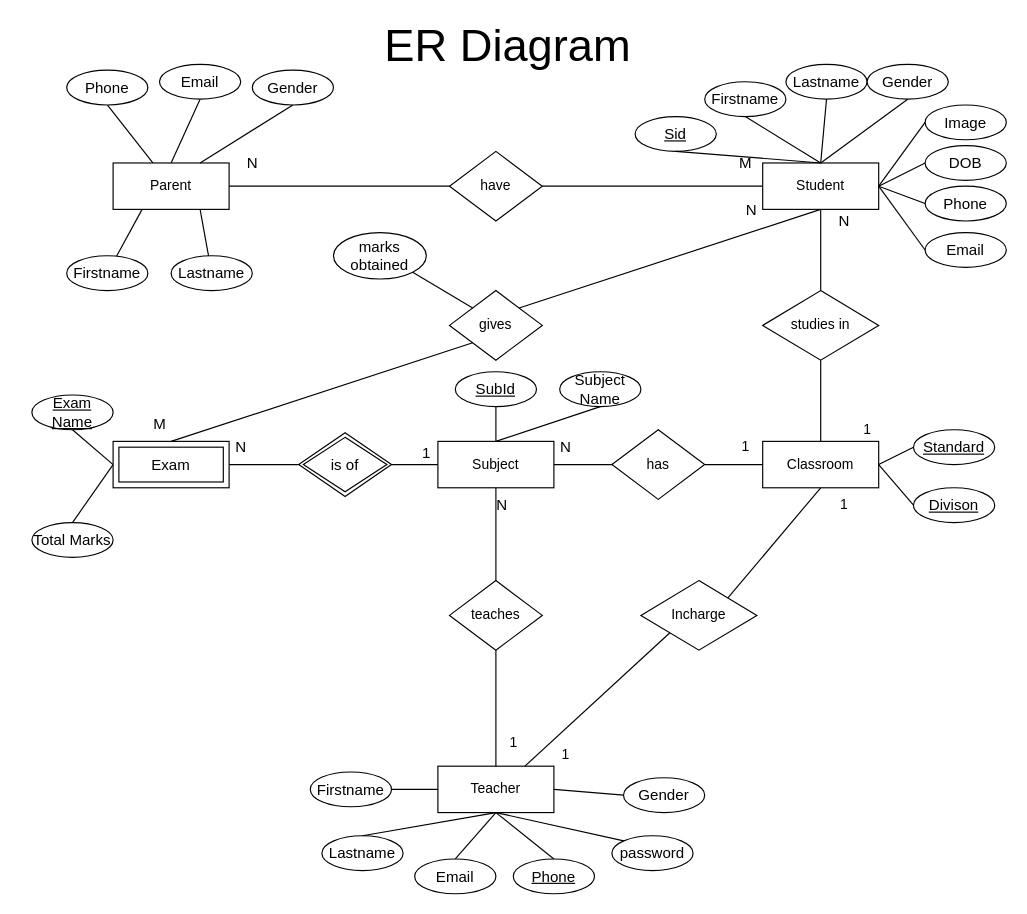
parmar-mohit/School-App keeps this draw.io diagram as Database/School App ER Diagram.drawio.xml. Above is the earlier version. Source tidied: cells renumbered, new cells numbered last; positions are measured from the earlier drawing's top-left corner, leaving out a move shared by most shapes. Both pictures are drawn from the tidied source at 116%, with x=0, y=0 at pixel (31, 29).
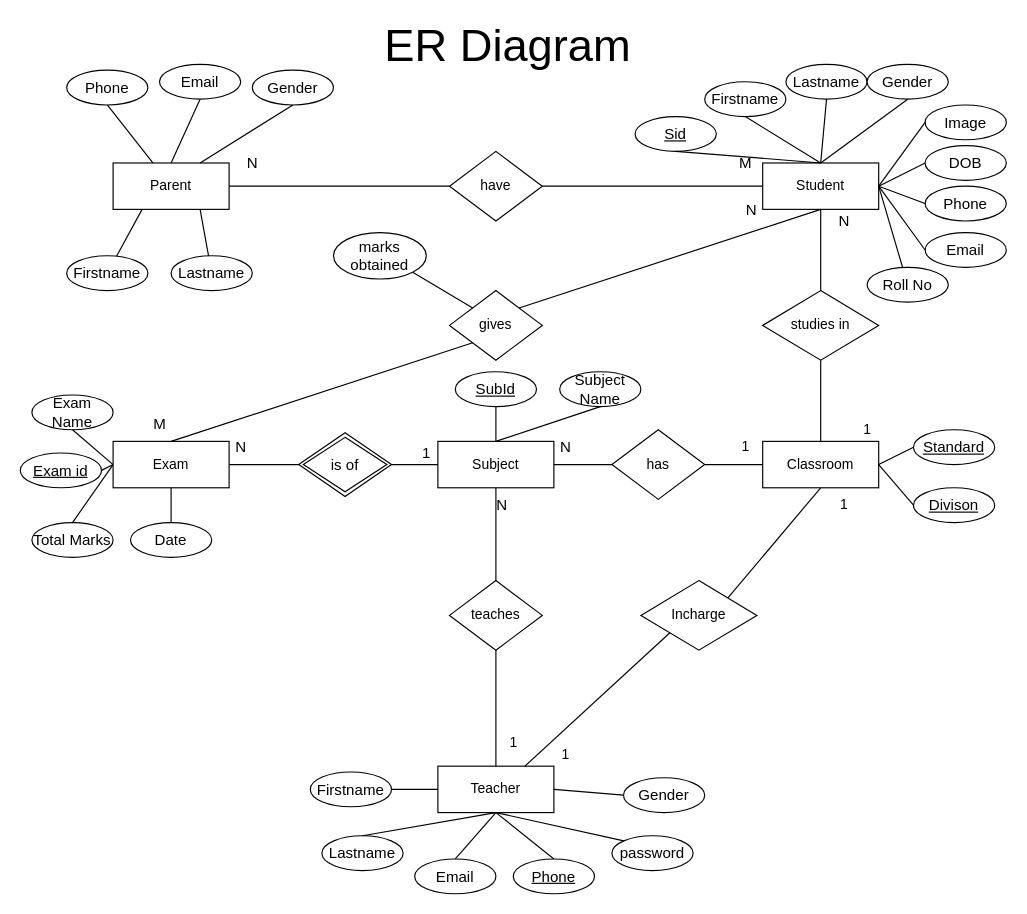
After the change.

The change refers to these unchanged cells:
```xml
<mxCell id="2" value="Student" style="whiteSpace=wrap;html=1;align=center;" parent="1" vertex="1">
  <mxGeometry x="630" y="115" width="100" height="40" as="geometry" />
</mxCell>
<mxCell id="79" value="is of" style="shape=rhombus;double=1;perimeter=rhombusPerimeter;whiteSpace=wrap;html=1;align=center;fontSize=13;strokeWidth=1;" parent="1" vertex="1">
  <mxGeometry x="230" y="347.5" width="80" height="55" as="geometry" />
</mxCell>
```

Diff of the diagram source:
```diff
@@
-    <mxCell id="15" style="endArrow=none;html=1;rounded=0;entryX=0;entryY=0.5;entryDx=0;entryDy=0;startArrow=none;exitX=1;exitY=0.5;exitDx=0;exitDy=0;" parent="1" edge="1" source="78" target="79">
-      <mxGeometry relative="1" as="geometry" />
+    <mxCell id="15" style="endArrow=none;html=1;rounded=0;entryX=0;entryY=0.5;entryDx=0;entryDy=0;startArrow=none;exitX=1;exitY=0.5;exitDx=0;exitDy=0;" parent="1" edge="1" target="79">
+      <mxGeometry relative="1" as="geometry">
+        <mxPoint x="170" y="375" as="sourcePoint" />
+      </mxGeometry>
     </mxCell>
@@
-    <mxCell id="74" value="&lt;p&gt;&lt;u&gt;Exam Name&lt;/u&gt;&lt;/p&gt;" style="ellipse;whiteSpace=wrap;html=1;fontSize=13;strokeWidth=1;" parent="1" vertex="1">
+    <mxCell id="74" value="&lt;p&gt;&lt;span&gt;Exam Name&lt;/span&gt;&lt;/p&gt;" style="ellipse;whiteSpace=wrap;html=1;fontSize=13;strokeWidth=1;fontStyle=0;" parent="1" vertex="1">
       <mxGeometry y="315" width="70" height="30" as="geometry" />
     </mxCell>
@@
-    <mxCell id="77" style="endArrow=none;html=1;rounded=0;fontSize=13;entryX=0;entryY=0.5;entryDx=0;entryDy=0;exitX=0.5;exitY=1;exitDx=0;exitDy=0;" parent="1" edge="1" source="74" target="78">
+    <mxCell id="77" style="endArrow=none;html=1;rounded=0;fontSize=13;exitX=0.5;exitY=1;exitDx=0;exitDy=0;entryX=0;entryY=0.5;entryDx=0;entryDy=0;" parent="1" edge="1" source="74" target="78">
       <mxGeometry relative="1" as="geometry" />
     </mxCell>
-    <mxCell id="78" value="Exam" style="shape=ext;margin=3;double=1;whiteSpace=wrap;html=1;align=center;fontSize=13;strokeWidth=1;" parent="1" vertex="1">
-      <mxGeometry x="70" y="355" width="100" height="40" as="geometry" />
-    </mxCell>
@@
+    <mxCell id="78" value="Exam" style="whiteSpace=wrap;html=1;align=center;" parent="1" vertex="1">
+      <mxGeometry x="70" y="355" width="100" height="40" as="geometry" />
+    </mxCell>
+    <mxCell id="96" value="Date" style="ellipse;whiteSpace=wrap;html=1;fontSize=13;strokeWidth=1;" parent="1" vertex="1">
+      <mxGeometry x="85" y="425" width="70" height="30" as="geometry" />
+    </mxCell>
+    <mxCell id="97" style="endArrow=none;html=1;rounded=0;exitX=0.5;exitY=0;exitDx=0;exitDy=0;" parent="1" edge="1" source="96" target="78">
+      <mxGeometry relative="1" as="geometry" />
+    </mxCell>
+    <mxCell id="98" value="Exam id" style="ellipse;whiteSpace=wrap;html=1;fontSize=13;strokeWidth=1;fontStyle=4;" parent="1" vertex="1">
+      <mxGeometry x="-10" y="365" width="70" height="30" as="geometry" />
+    </mxCell>
+    <mxCell id="99" style="endArrow=none;html=1;rounded=0;exitX=1;exitY=0.5;exitDx=0;exitDy=0;entryX=0;entryY=0.5;entryDx=0;entryDy=0;" parent="1" edge="1" source="98" target="78">
+      <mxGeometry relative="1" as="geometry" />
+    </mxCell>
+    <mxCell id="100" value="Roll No" style="ellipse;whiteSpace=wrap;html=1;fontSize=13;strokeWidth=1;" parent="1" vertex="1">
+      <mxGeometry x="720" y="205" width="70" height="30" as="geometry" />
+    </mxCell>
+    <mxCell id="101" style="endArrow=none;html=1;rounded=0;entryX=1;entryY=0.5;entryDx=0;entryDy=0;" parent="1" edge="1" source="100" target="2">
+      <mxGeometry relative="1" as="geometry" />
+    </mxCell>
```
